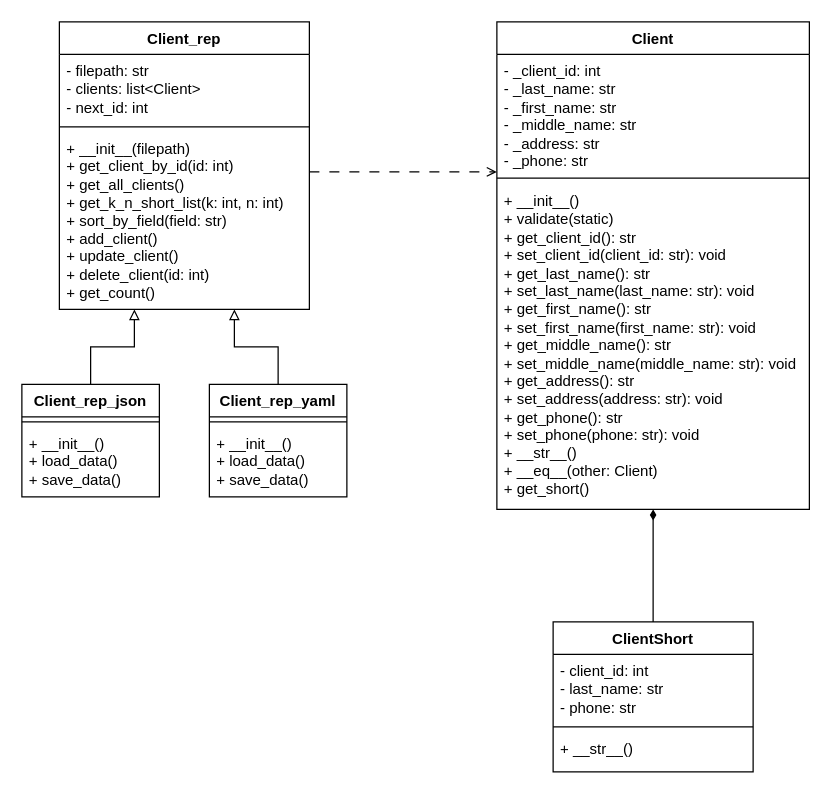
Di-Liks/InformationSystemsDesign keeps this draw.io diagram as Lb_2/3. Inheritance.drawio. Above is the earlier version. Source tidied: cells renumbered, new cells numbered last; positions are measured from the earlier drawing's top-left corner, leaving out a move shared by most shapes. Both pictures are drawn from the tidied source at 125%, with x=0, y=0 at pixel (21, 21).
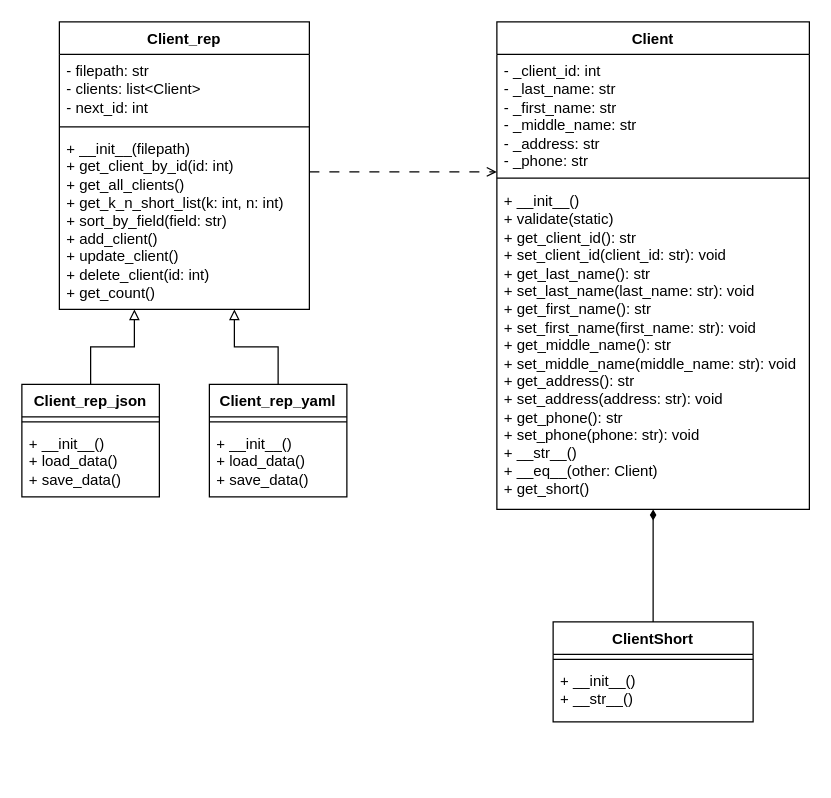
After the change.

Change to the diagram source:
```diff
@@
     <mxCell id="20" value="ClientShort" style="swimlane;fontStyle=1;align=center;verticalAlign=top;horizontal=1;startSize=26;whiteSpace=wrap;html=1;" parent="1" vertex="1">
-      <mxGeometry x="425" y="480" width="160" height="120" as="geometry" />
+      <mxGeometry x="425" y="480" width="160" height="80" as="geometry" />
     </mxCell>
-    <mxCell id="21" value="- client_id: int&lt;div&gt;- last_name: str&lt;/div&gt;&lt;div&gt;- phone: str&amp;nbsp;&lt;/div&gt;" style="text;strokeColor=none;fillColor=none;align=left;verticalAlign=top;spacingLeft=4;spacingRight=4;overflow=hidden;whiteSpace=wrap;html=1;" parent="20" vertex="1">
-      <mxGeometry y="26" width="160" height="54" as="geometry" />
-    </mxCell>
     <mxCell id="22" style="line;strokeWidth=1;fillColor=none;align=left;verticalAlign=middle;spacingTop=-1;spacingLeft=3;spacingRight=3;labelPosition=right;strokeColor=inherit;" parent="20" vertex="1">
-      <mxGeometry y="80" width="160" height="8" as="geometry" />
+      <mxGeometry y="26" width="160" height="8" as="geometry" />
     </mxCell>
-    <mxCell id="23" value="+ __str__()" style="text;strokeColor=none;fillColor=none;align=left;verticalAlign=top;spacingLeft=4;spacingRight=4;overflow=hidden;whiteSpace=wrap;html=1;" parent="20" vertex="1">
-      <mxGeometry y="88" width="160" height="32" as="geometry" />
+    <mxCell id="23" value="&lt;div&gt;+&amp;nbsp;&lt;span style=&quot;background-color: initial;&quot;&gt;__init__()&lt;/span&gt;&lt;/div&gt;+ __str__()" style="text;strokeColor=none;fillColor=none;align=left;verticalAlign=top;spacingLeft=4;spacingRight=4;overflow=hidden;whiteSpace=wrap;html=1;" parent="20" vertex="1">
+      <mxGeometry y="34" width="160" height="46" as="geometry" />
     </mxCell>
```
